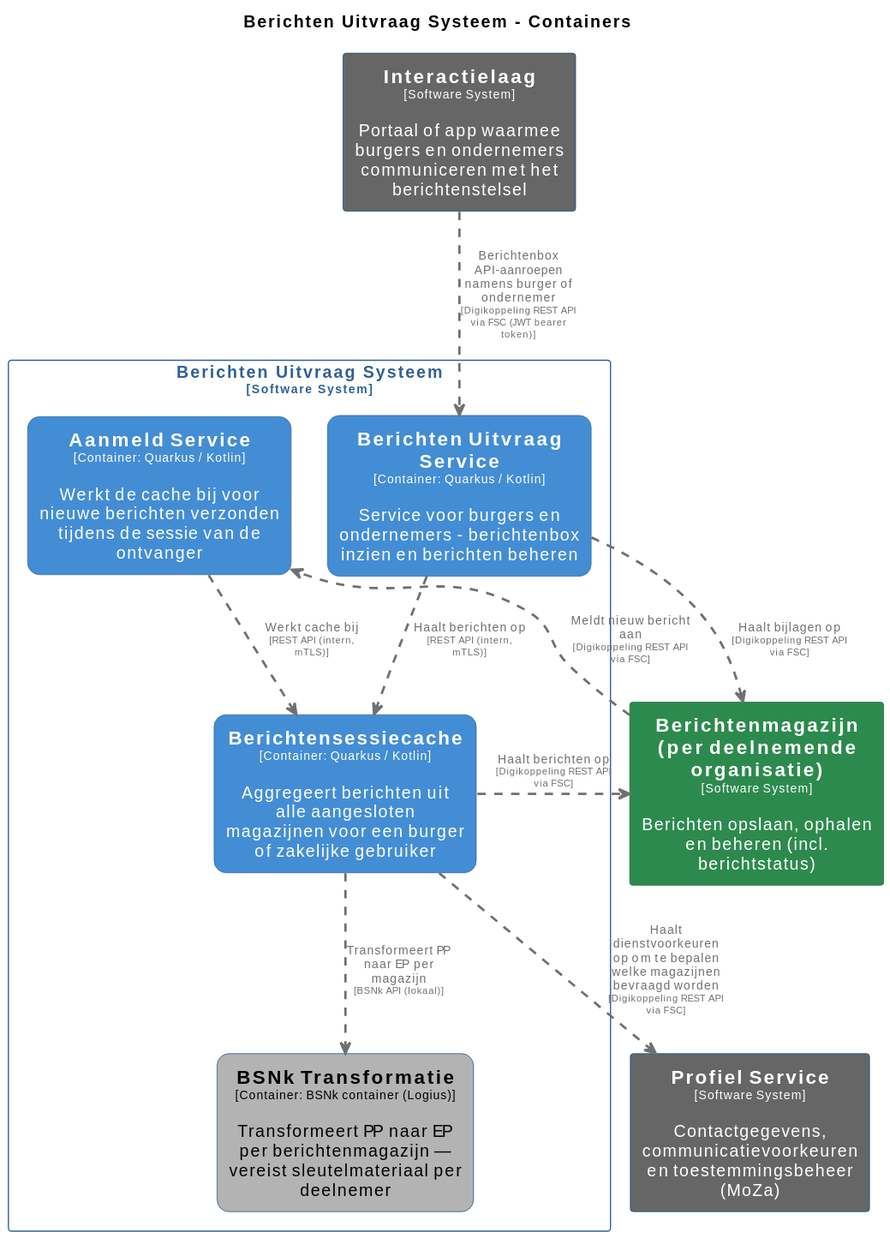
Above: master/svg/BerichtenUitvraagSysteemContainers.svg in MinBZK/moza-poc-fbs-berichtenbox (PlantUML), before the change. Its source is kept beside it as master/puml/BerichtenUitvraagSysteemContainers.puml.
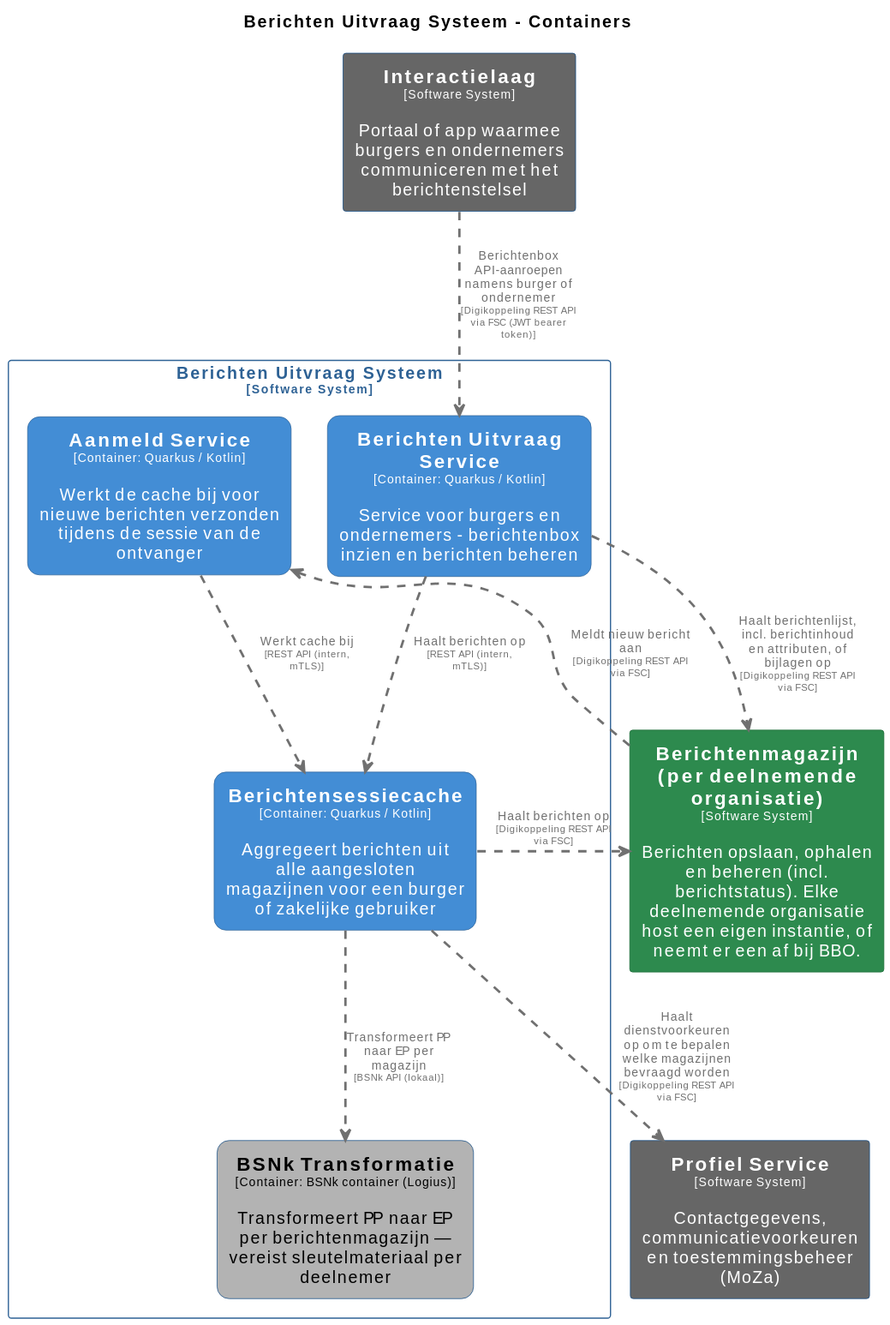
Later version of the same file.

What changed in the source:
```diff
@@ -69,7 +69,7 @@
 
 rectangle "==Profiel Service\n<size:10>[Software System]</size>\n\nContactgegevens, communicatievoorkeuren en toestemmingsbeheer (MoZa)" <<ProfielService>> as ProfielService
 rectangle "==Interactielaag\n<size:10>[Software System]</size>\n\nPortaal of app waarmee burgers en ondernemers communiceren met het berichtenstelsel" <<Interactielaag>> as Interactielaag
-rectangle "==Berichtenmagazijn (per deelnemende organisatie)\n<size:10>[Software System]</size>\n\nBerichten opslaan, ophalen en beheren (incl. berichtstatus)" <<Berichtenmagazijnperdeelnemendeorganisatie>> as Berichtenmagazijnperdeelnemendeorganisatie
+rectangle "==Berichtenmagazijn (per deelnemende organisatie)\n<size:10>[Software System]</size>\n\nBerichten opslaan, ophalen en beheren (incl. berichtstatus). Elke deelnemende organisatie host een eigen instantie, of neemt er een af bij BBO." <<Berichtenmagazijnperdeelnemendeorganisatie>> as Berichtenmagazijnperdeelnemendeorganisatie
 
 rectangle "Berichten Uitvraag Systeem\n<size:10>[Software System]</size>" <<BerichtenUitvraagSysteem>> {
   rectangle "==Berichtensessiecache\n<size:10>[Container: Quarkus / Kotlin]</size>\n\nAggregeert berichten uit alle aangesloten magazijnen voor een burger of zakelijke gebruiker" <<BerichtenUitvraagSysteem.Berichtensessiecache>> as BerichtenUitvraagSysteem.Berichtensessiecache
@@ -85,5 +85,5 @@
 BerichtenUitvraagSysteem.AanmeldService .[#707070,thickness=2].> BerichtenUitvraagSysteem.Berichtensessiecache : "<color:#707070>Werkt cache bij\n<color:#707070><size:8>[REST API (intern, mTLS)]</size>"
 BerichtenUitvraagSysteem.BerichtenUitvraagService .[#707070,thickness=2].> BerichtenUitvraagSysteem.Berichtensessiecache : "<color:#707070>Haalt berichten op\n<color:#707070><size:8>[REST API (intern, mTLS)]</size>"
 Interactielaag .[#707070,thickness=2].> BerichtenUitvraagSysteem.BerichtenUitvraagService : "<color:#707070>Berichtenbox API-aanroepen namens burger of ondernemer\n<color:#707070><size:8>[Digikoppeling REST API via FSC (JWT bearer token)]</size>"
-BerichtenUitvraagSysteem.BerichtenUitvraagService .[#707070,thickness=2].> Berichtenmagazijnperdeelnemendeorganisatie : "<color:#707070>Haalt bijlagen op\n<color:#707070><size:8>[Digikoppeling REST API via FSC]</size>"
+BerichtenUitvraagSysteem.BerichtenUitvraagService .[#707070,thickness=2].> Berichtenmagazijnperdeelnemendeorganisatie : "<color:#707070>Haalt berichtenlijst, incl. berichtinhoud en attributen, of bijlagen op\n<color:#707070><size:8>[Digikoppeling REST API via FSC]</size>"
 @enduml
```
